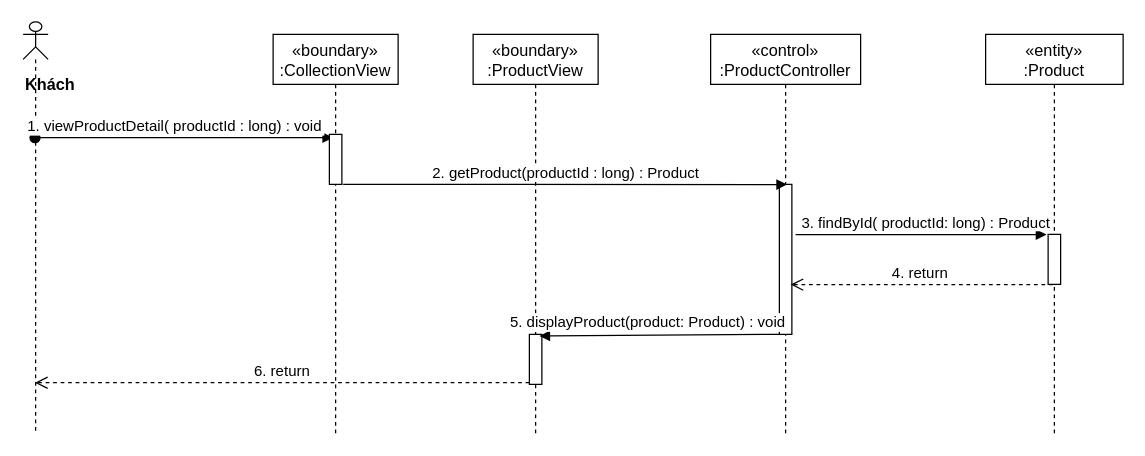
nguyenphamvan/datn_20202 keeps this draw.io diagram as sequence diagram/get-ProductDetail-sequence.drawio. Above is the earlier version. Source tidied: cells renumbered, new cells numbered last; positions are measured from the earlier drawing's top-left corner, leaving out a move shared by most shapes. Both pictures are drawn from the tidied source at 125%, with x=0, y=0 at pixel (22, 21).
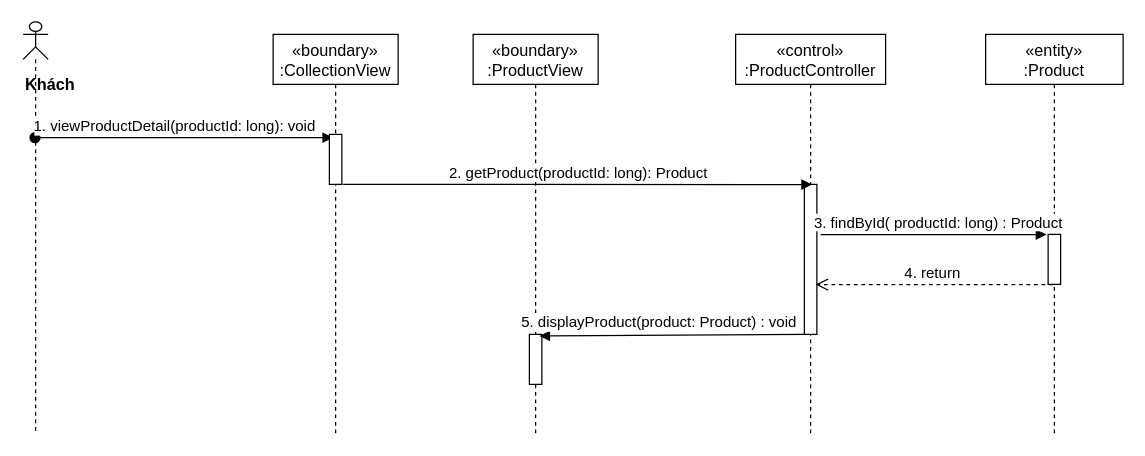
The same diagram, later.

The edit, as a diff of the source:
```diff
@@
 <mxGraphModel>
   <root>
     <mxCell id="0" />
     <mxCell id="1" parent="0" />
     <mxCell id="2" value="«boundary»&#10;:ProductView" style="shape=umlLifeline;perimeter=lifelinePerimeter;rounded=0;shadow=0;strokeWidth=1;fontSize=13;" parent="1" vertex="1">
       <mxGeometry x="360" y="10" width="100" height="320" as="geometry" />
     </mxCell>
     <mxCell id="3" style="html=1;points=[];perimeter=orthogonalPerimeter;" parent="2" vertex="1">
       <mxGeometry x="45" y="240" width="10" height="40" as="geometry" />
     </mxCell>
     <mxCell id="4" value="«control»&#10;:ProductController" style="shape=umlLifeline;perimeter=lifelinePerimeter;rounded=0;shadow=0;strokeWidth=1;fontSize=13;" parent="1" vertex="1">
-      <mxGeometry x="550" y="10" width="120" height="320" as="geometry" />
+      <mxGeometry x="570" y="10" width="120" height="320" as="geometry" />
     </mxCell>
     <mxCell id="5" style="points=[];perimeter=orthogonalPerimeter;rounded=0;shadow=0;strokeWidth=1;" parent="4" vertex="1">
       <mxGeometry x="55" y="120" width="10" height="120" as="geometry" />
     </mxCell>
     <mxCell id="6" value="&lt;div&gt;&lt;b&gt;&lt;font style=&quot;font-size: 13px&quot;&gt;Khách&lt;/font&gt;&lt;/b&gt;&lt;/div&gt;" style="shape=umlLifeline;participant=umlActor;perimeter=lifelinePerimeter;whiteSpace=wrap;html=1;verticalAlign=top;spacingTop=36;outlineConnect=0;align=left;size=30;" parent="1" vertex="1">
       <mxGeometry width="20" height="330" as="geometry" />
     </mxCell>
-    <mxCell id="7" value="1. viewProductDetail( productId : long) : void" style="verticalAlign=bottom;startArrow=oval;endArrow=block;startSize=8;shadow=0;strokeWidth=1;entryX=0.3;entryY=0.067;entryDx=0;entryDy=0;entryPerimeter=0;fontSize=12;" parent="1" edge="1" source="6" target="15">
+    <mxCell id="7" value="1. viewProductDetail(productId: long): void" style="verticalAlign=bottom;startArrow=oval;endArrow=block;startSize=8;shadow=0;strokeWidth=1;entryX=0.3;entryY=0.067;entryDx=0;entryDy=0;entryPerimeter=0;fontSize=12;" parent="1" edge="1" source="6" target="15">
       <mxGeometry x="-0.06" relative="1" as="geometry" />
     </mxCell>
-    <mxCell id="8" value="&lt;font style=&quot;font-size: 12px&quot;&gt;2. getProduct(productId : long) : Product&lt;/font&gt;" style="html=1;verticalAlign=bottom;endArrow=block;entryX=0.617;entryY=0.001;entryDx=0;entryDy=0;entryPerimeter=0;" parent="1" edge="1" target="5">
+    <mxCell id="8" value="&lt;font style=&quot;font-size: 12px&quot;&gt;2. getProduct(productId: long): Product&lt;/font&gt;" style="html=1;verticalAlign=bottom;endArrow=block;entryX=0.617;entryY=0.001;entryDx=0;entryDy=0;entryPerimeter=0;" parent="1" edge="1" target="5">
       <mxGeometry relative="1" as="geometry">
         <mxPoint x="256" y="130" as="sourcePoint" />
       </mxGeometry>
     </mxCell>
     <mxCell id="9" value="«entity»&#10;:Product" style="shape=umlLifeline;perimeter=lifelinePerimeter;rounded=0;shadow=0;strokeWidth=1;fontSize=13;" parent="1" vertex="1">
       <mxGeometry x="770" y="10" width="110" height="320" as="geometry" />
     </mxCell>
     <mxCell id="10" style="points=[];perimeter=orthogonalPerimeter;rounded=0;shadow=0;strokeWidth=1;" parent="9" vertex="1">
       <mxGeometry x="50" y="160" width="10" height="40" as="geometry" />
     </mxCell>
     <mxCell id="11" value="&lt;font style=&quot;font-size: 12px&quot;&gt;3. findById( productId: long) : Product&lt;/font&gt;" style="html=1;verticalAlign=bottom;endArrow=block;entryX=-0.133;entryY=0.004;entryDx=0;entryDy=0;entryPerimeter=0;exitX=1.3;exitY=0.335;exitDx=0;exitDy=0;exitPerimeter=0;" parent="1" edge="1" source="5" target="10">
       <mxGeometry x="0.04" relative="1" as="geometry" />
     </mxCell>
     <mxCell id="12" value="&lt;font style=&quot;font-size: 12px&quot;&gt;4. return&amp;nbsp;&lt;/font&gt;" style="html=1;verticalAlign=bottom;endArrow=open;dashed=1;endSize=8;exitX=0.367;exitY=1.006;exitDx=0;exitDy=0;exitPerimeter=0;entryX=0.9;entryY=0.668;entryDx=0;entryDy=0;entryPerimeter=0;" parent="1" edge="1" source="10" target="5">
       <mxGeometry relative="1" as="geometry" />
     </mxCell>
     <mxCell id="13" value="5. displayProduct(product: Product) : void" style="verticalAlign=bottom;endArrow=block;shadow=0;strokeWidth=1;entryX=0.8;entryY=0.033;entryDx=0;entryDy=0;entryPerimeter=0;fontSize=12;" parent="1" edge="1" source="5" target="3">
       <mxGeometry x="0.09" y="-1" relative="1" as="geometry" />
     </mxCell>
     <mxCell id="14" value="«boundary»&#10;:CollectionView" style="shape=umlLifeline;perimeter=lifelinePerimeter;rounded=0;shadow=0;strokeWidth=1;fontSize=13;" parent="1" vertex="1">
       <mxGeometry x="200" y="10" width="100" height="320" as="geometry" />
     </mxCell>
     <mxCell id="15" style="html=1;points=[];perimeter=orthogonalPerimeter;" parent="14" vertex="1">
       <mxGeometry x="45" y="80" width="10" height="40" as="geometry" />
     </mxCell>
-    <mxCell id="16" value="&lt;font style=&quot;font-size: 12px&quot;&gt;6. return&lt;/font&gt;" style="html=1;verticalAlign=bottom;endArrow=open;dashed=1;endSize=8;exitX=0;exitY=0.967;exitDx=0;exitDy=0;exitPerimeter=0;" parent="1" edge="1" source="3" target="6">
-      <mxGeometry relative="1" as="geometry" />
-    </mxCell>
   </root>
 </mxGraphModel>
```
